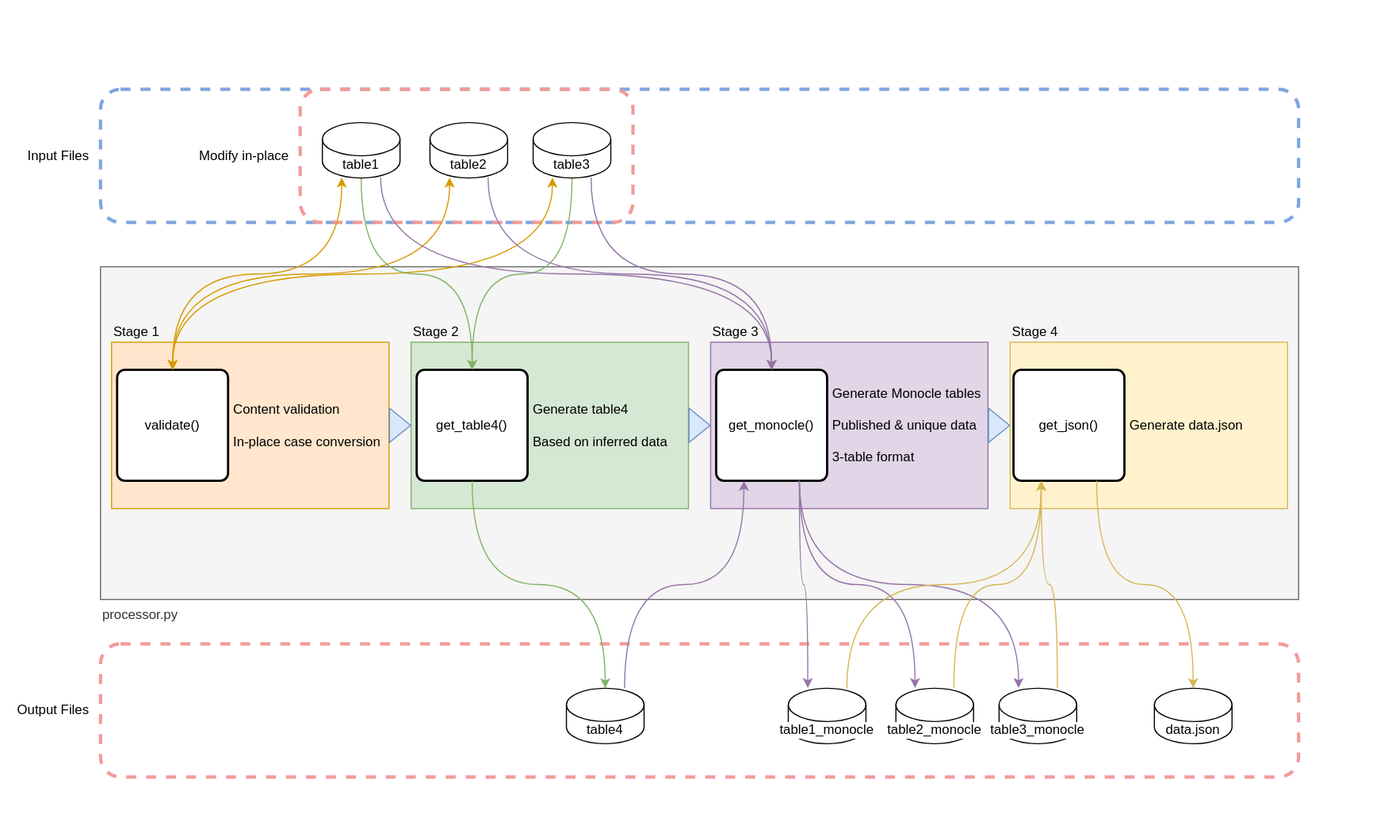
Before: doc/workflow.drawio.svg, a diagram exported from draw.io (sanger-bentley-group/gps-database-processor). Source tidied: cells renumbered, new cells last; positions are measured from the earlier drawing's top-left corner, leaving out a move shared by most shapes.
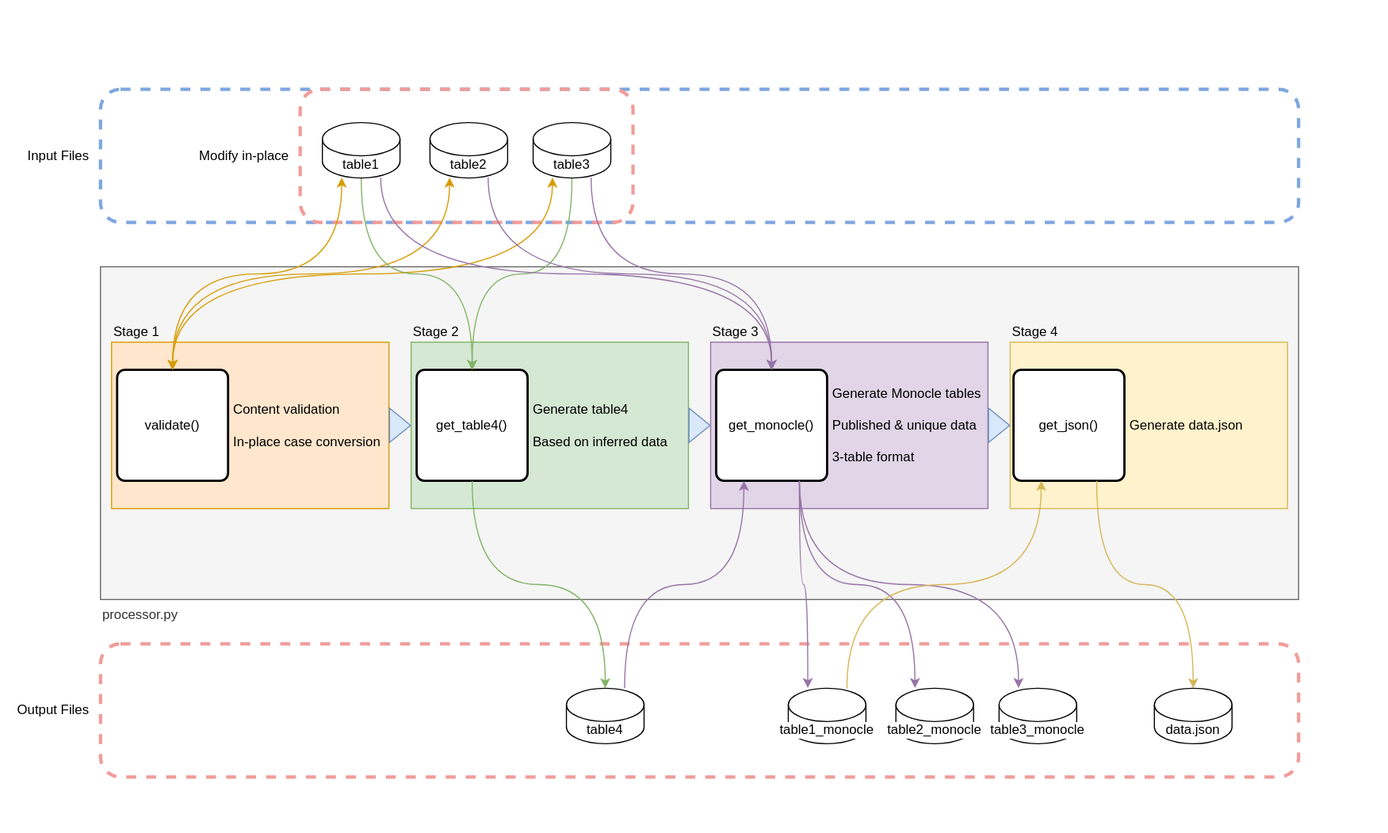
After the commit.

Commit message:
Update input of stage 4

Change to the diagram source:
```diff
@@ -110,12 +110,6 @@
     <mxCell id="37" style="endArrow=classic;html=1;rounded=0;fillColor=#fff2cc;curved=1;exitX=0.754;exitY=0.002;exitDx=0;exitDy=0;exitPerimeter=0;entryX=0.25;entryY=1;entryDx=0;entryDy=0;edgeStyle=orthogonalEdgeStyle;strokeColor=#d6b656;" parent="1" edge="1" source="50" target="6">
       <mxGeometry relative="1" as="geometry" />
     </mxCell>
-    <mxCell id="38" style="endArrow=classic;html=1;rounded=0;fillColor=#fff2cc;curved=1;exitX=0.746;exitY=-0.005;exitDx=0;exitDy=0;exitPerimeter=0;entryX=0.25;entryY=1;entryDx=0;entryDy=0;edgeStyle=orthogonalEdgeStyle;strokeColor=#d6b656;" parent="1" edge="1" source="51" target="6">
-      <mxGeometry relative="1" as="geometry" />
-    </mxCell>
-    <mxCell id="39" style="endArrow=classic;html=1;rounded=0;fillColor=#fff2cc;curved=1;exitX=0.751;exitY=-0.005;exitDx=0;exitDy=0;exitPerimeter=0;entryX=0.25;entryY=1;entryDx=0;entryDy=0;edgeStyle=orthogonalEdgeStyle;strokeColor=#d6b656;" parent="1" edge="1" source="52" target="6">
-      <mxGeometry relative="1" as="geometry" />
-    </mxCell>
     <mxCell id="40" value="data.json" style="shape=cylinder3;whiteSpace=wrap;html=1;boundedLbl=1;backgroundOutline=1;size=15;" parent="1" vertex="1">
       <mxGeometry x="1040" y="620" width="70" height="50" as="geometry" />
     </mxCell>
```
